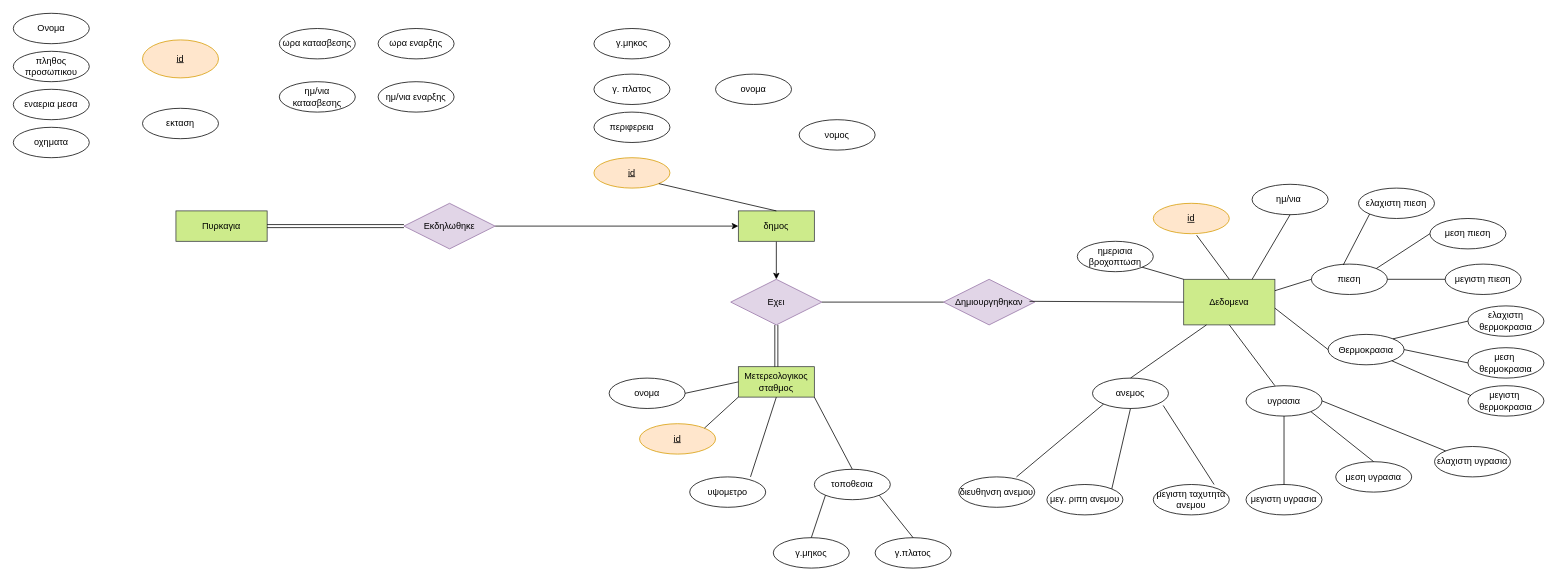
NotHaku/DataBaseProject keeps this draw.io diagram as page "Σελίδα-3" (3 of 3) of Ανώνυμο διάγραμμα.drawio. Above is the earlier version. Source tidied: cells renumbered, new cells numbered last; positions are measured from the earlier drawing's top-left corner, leaving out a move shared by most shapes. Both pictures are drawn from the tidied source at 76%, with x=0, y=0 at pixel (13, 13).
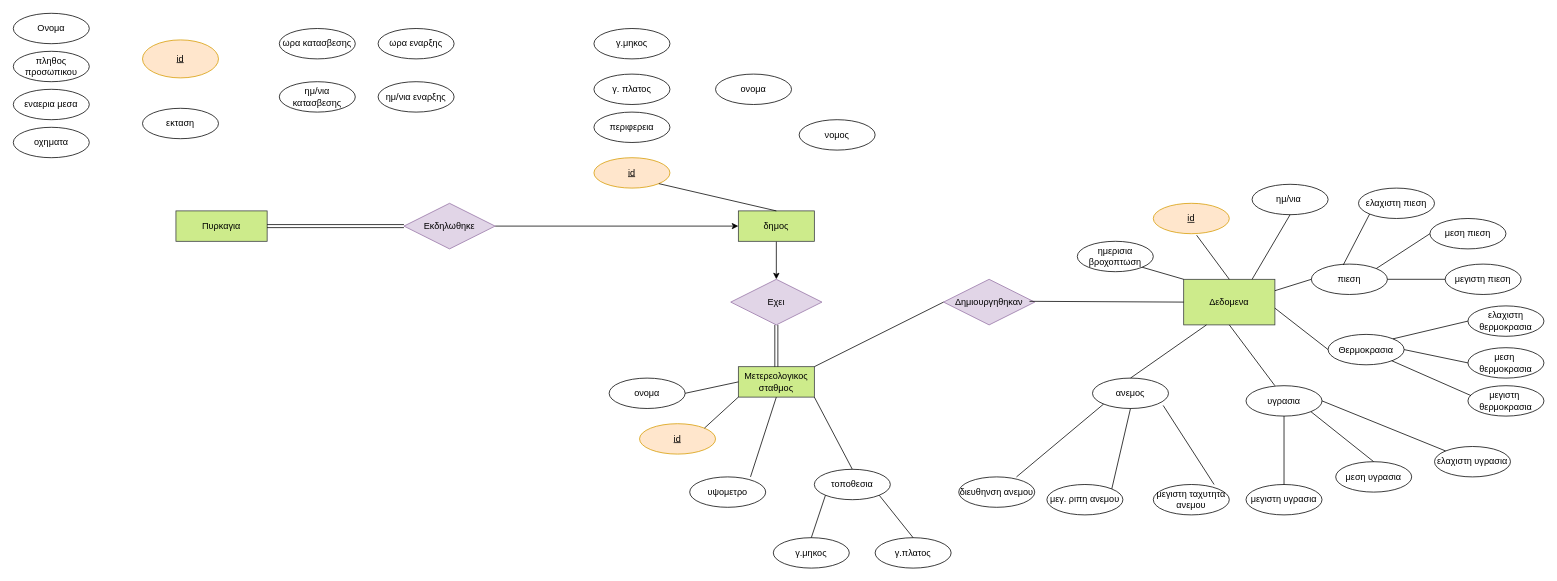
The same diagram, later.

The change refers to these unchanged cells:
```xml
<mxCell id="5" value="Μετερεολογικος σταθμος" style="whiteSpace=wrap;html=1;align=center;fontFamily=Helvetica;fillColor=#cdeb8b;strokeColor=#36393d;" parent="1" vertex="1">
  <mxGeometry x="954" y="465" width="100" height="40" as="geometry" />
</mxCell>
<mxCell id="48" value="Δημιουργηθηκαν" style="shape=rhombus;perimeter=rhombusPerimeter;whiteSpace=wrap;html=1;align=center;fontFamily=Helvetica;fillColor=#e1d5e7;strokeColor=#9673a6;" parent="1" vertex="1">
  <mxGeometry x="1224" y="350" width="120" height="60" as="geometry" />
</mxCell>
```

Diff of the diagram source:
```diff
@@
-    <mxCell id="49" style="line;strokeWidth=1;dashed=0;labelPosition=right;align=left;verticalAlign=middle;spacingTop=0;spacingLeft=6;fontFamily=Helvetica;gradientColor=none;" parent="1" vertex="1">
-      <mxGeometry x="1064" y="375" width="160" height="10" as="geometry" />
-    </mxCell>
@@
+    <mxCell id="82" style="endArrow=none;html=1;rounded=0;fontFamily=Helvetica;exitX=1;exitY=0;exitDx=0;exitDy=0;entryX=0;entryY=0.5;entryDx=0;entryDy=0;" parent="1" edge="1" source="5" target="48">
+      <mxGeometry relative="1" as="geometry" />
+    </mxCell>
```
